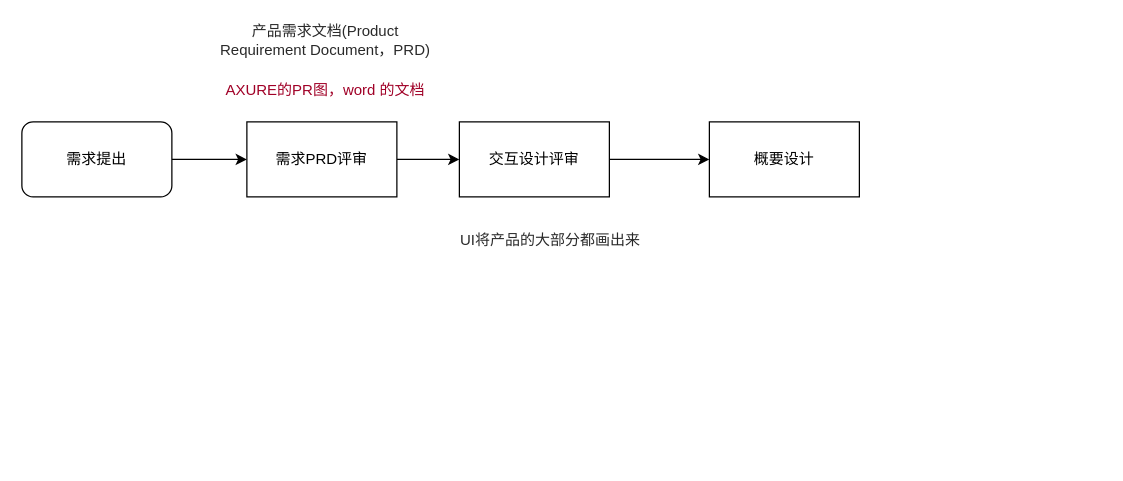
Above: ComputerBase.drawio in lzdong0714/note (draw.io), before the change. Source tidied: cells renumbered, new cells numbered last; positions are measured from the earlier drawing's top-left corner, leaving out a move shared by most shapes. Both pictures are drawn from the tidied source at 125%, with x=0, y=0 at pixel (21, 21).
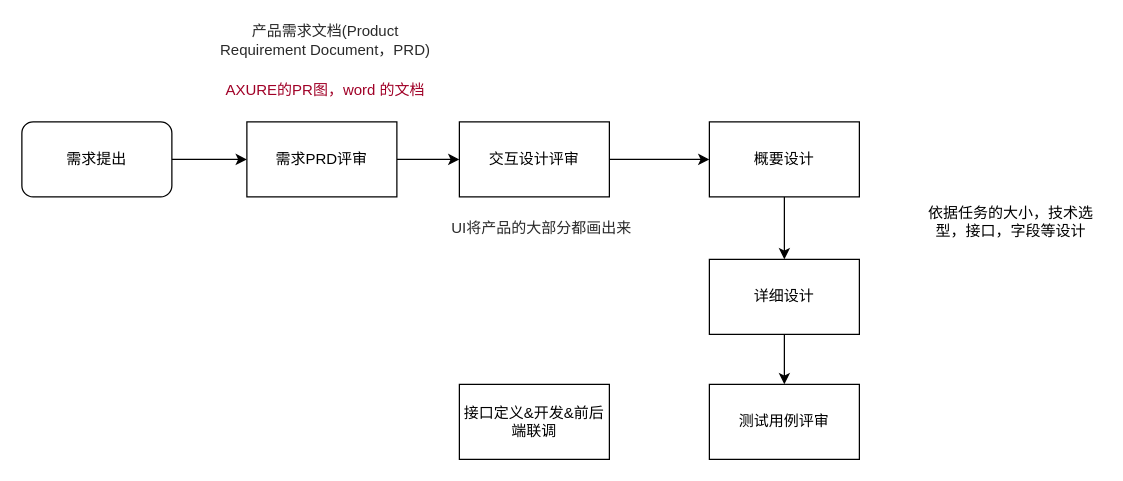
Above is the later version.

Change to the diagram source:
```diff
@@
 <mxGraphModel>
   <root>
     <mxCell id="0" />
     <mxCell id="1" parent="0" />
     <mxCell id="2" style="edgeStyle=orthogonalEdgeStyle;rounded=0;jettySize=auto;html=1;entryX=0;entryY=0.5;entryDx=0;entryDy=0;" parent="1" edge="1" source="3" target="7">
       <mxGeometry relative="1" as="geometry" />
     </mxCell>
     <mxCell id="3" value="需求PRD评审" style="rounded=0;whiteSpace=wrap;html=1;" parent="1" vertex="1">
       <mxGeometry x="180" y="80" width="120" height="60" as="geometry" />
     </mxCell>
     <mxCell id="4" style="edgeStyle=orthogonalEdgeStyle;rounded=0;jettySize=auto;html=1;entryX=0;entryY=0.5;entryDx=0;entryDy=0;" parent="1" edge="1" source="5" target="3">
       <mxGeometry relative="1" as="geometry" />
     </mxCell>
     <mxCell id="5" value="需求提出" style="rounded=1;whiteSpace=wrap;html=1;" parent="1" vertex="1">
       <mxGeometry y="80" width="120" height="60" as="geometry" />
     </mxCell>
     <mxCell id="6" style="edgeStyle=orthogonalEdgeStyle;rounded=0;jettySize=auto;html=1;entryX=0;entryY=0.5;entryDx=0;entryDy=0;" parent="1" edge="1" source="7" target="9">
       <mxGeometry relative="1" as="geometry" />
     </mxCell>
     <mxCell id="7" value="交互设计评审" style="rounded=0;whiteSpace=wrap;html=1;" parent="1" vertex="1">
       <mxGeometry x="350" y="80" width="120" height="60" as="geometry" />
     </mxCell>
     <mxCell id="8" value="&lt;span style=&quot;color: rgba(0 , 0 , 0 , 0.84) ; font-family: &amp;#34;pingfang sc&amp;#34; , &amp;#34;hiragino sans gb&amp;#34; , &amp;#34;microsoft yahei&amp;#34; , &amp;#34;stheiti&amp;#34; , &amp;#34;wenquanyi micro hei&amp;#34; , &amp;#34;helvetica&amp;#34; , &amp;#34;arial&amp;#34; , sans-serif ; background-color: rgb(255 , 255 , 255)&quot;&gt;&lt;font style=&quot;font-size: 12px&quot;&gt;产品需求文档(Product Requirement Document，PRD)&lt;/font&gt;&lt;/span&gt;" style="text;html=1;strokeColor=none;fillColor=none;align=center;verticalAlign=middle;whiteSpace=wrap;rounded=0;" parent="1" vertex="1">
       <mxGeometry x="150" width="186" height="30" as="geometry" />
     </mxCell>
+    <mxCell id="12" style="edgeStyle=orthogonalEdgeStyle;rounded=0;jettySize=auto;html=1;entryX=0.5;entryY=0;entryDx=0;entryDy=0;" parent="1" edge="1" source="9" target="15">
+      <mxGeometry relative="1" as="geometry" />
+    </mxCell>
     <mxCell id="9" value="概要设计" style="rounded=0;whiteSpace=wrap;html=1;" parent="1" vertex="1">
       <mxGeometry x="550" y="80" width="120" height="60" as="geometry" />
     </mxCell>
     <mxCell id="10" value="&lt;span style=&quot;color: rgba(0 , 0 , 0 , 0.84) ; font-family: &amp;#34;pingfang sc&amp;#34; , &amp;#34;hiragino sans gb&amp;#34; , &amp;#34;microsoft yahei&amp;#34; , &amp;#34;stheiti&amp;#34; , &amp;#34;wenquanyi micro hei&amp;#34; , &amp;#34;helvetica&amp;#34; , &amp;#34;arial&amp;#34; , sans-serif ; background-color: rgb(255 , 255 , 255)&quot;&gt;&lt;font style=&quot;font-size: 12px&quot;&gt;UI将产品的大部分都画出来&lt;/font&gt;&lt;/span&gt;" style="text;html=1;strokeColor=none;fillColor=none;align=center;verticalAlign=middle;whiteSpace=wrap;rounded=0;" parent="1" vertex="1">
-      <mxGeometry x="330" y="160" width="186" height="30" as="geometry" />
+      <mxGeometry x="336" y="150" width="160" height="30" as="geometry" />
     </mxCell>
     <mxCell id="11" value="&lt;font color=&quot;#a00027&quot; face=&quot;pingfang sc, hiragino sans gb, microsoft yahei, stheiti, wenquanyi micro hei, helvetica, arial, sans-serif&quot;&gt;&lt;span style=&quot;background-color: rgb(255 , 255 , 255)&quot;&gt;AXURE的PR图，word 的文档&lt;/span&gt;&lt;/font&gt;" style="text;html=1;strokeColor=none;fillColor=none;align=center;verticalAlign=middle;whiteSpace=wrap;rounded=0;" parent="1" vertex="1">
       <mxGeometry x="150" y="40" width="186" height="30" as="geometry" />
     </mxCell>
+    <mxCell id="13" value="测试用例评审" style="rounded=0;whiteSpace=wrap;html=1;" parent="1" vertex="1">
+      <mxGeometry x="550" y="290" width="120" height="60" as="geometry" />
+    </mxCell>
+    <mxCell id="14" style="edgeStyle=orthogonalEdgeStyle;rounded=0;jettySize=auto;html=1;" parent="1" edge="1" source="15" target="13">
+      <mxGeometry relative="1" as="geometry" />
+    </mxCell>
+    <mxCell id="15" value="详细设计" style="rounded=0;whiteSpace=wrap;html=1;" parent="1" vertex="1">
+      <mxGeometry x="550" y="190" width="120" height="60" as="geometry" />
+    </mxCell>
+    <mxCell id="16" value="依据任务的大小，技术选型，接口，字段等设计" style="text;html=1;strokeColor=none;fillColor=none;align=center;verticalAlign=middle;whiteSpace=wrap;rounded=0;" parent="1" vertex="1">
+      <mxGeometry x="720" y="120" width="143" height="80" as="geometry" />
+    </mxCell>
+    <mxCell id="17" value="接口定义&amp;amp;开发&amp;amp;前后端联调" style="rounded=0;whiteSpace=wrap;html=1;" parent="1" vertex="1">
+      <mxGeometry x="350" y="290" width="120" height="60" as="geometry" />
+    </mxCell>
   </root>
 </mxGraphModel>
```
